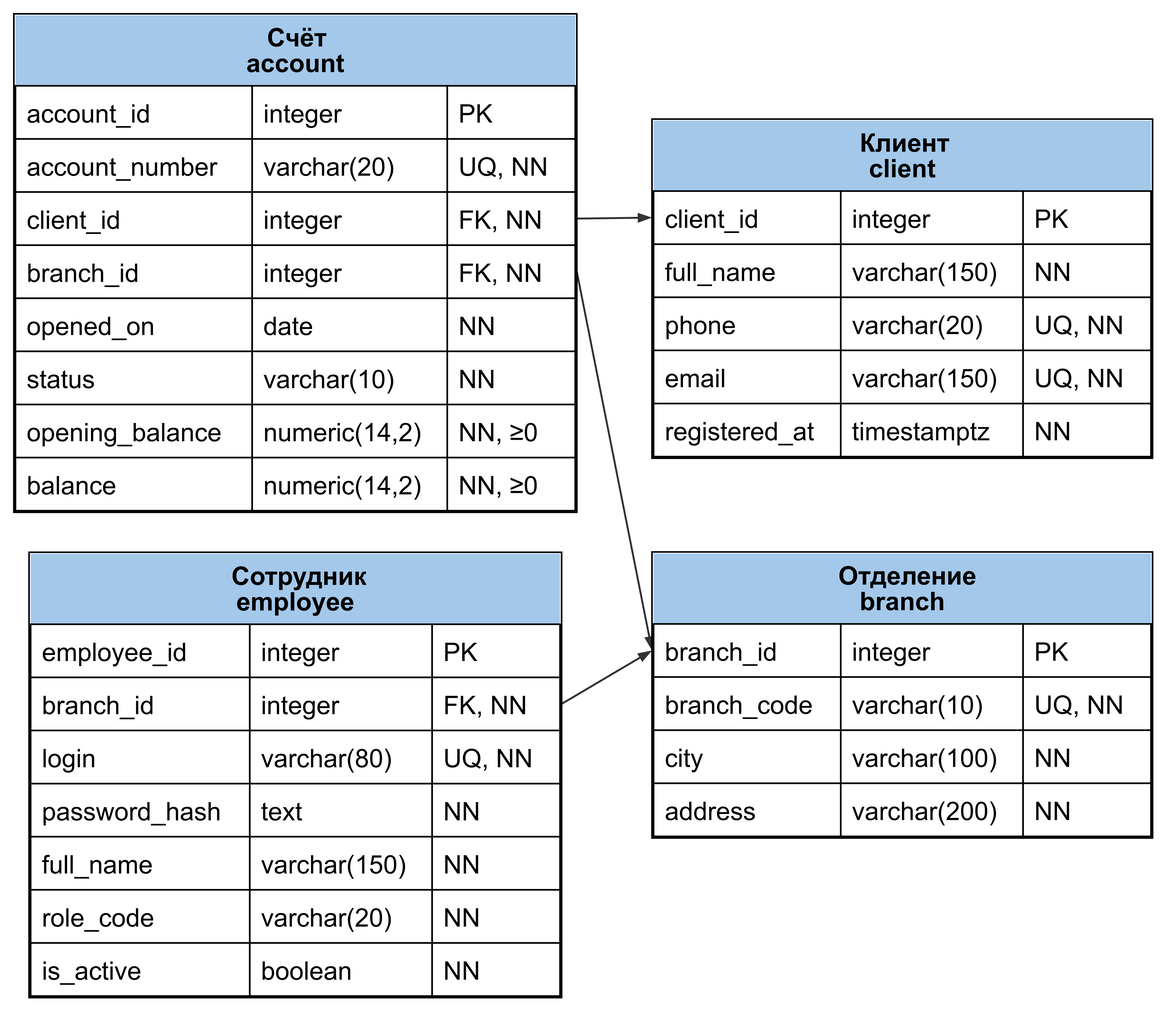
This is figures/A4_logical_people.png from qwertyvich/IT-project, a Graphviz export, as it was before one commit. Its source is kept beside it as figures/A4_logical_people.dot. Its diagram source:
```dot
digraph A4_logical_people {
graph [rankdir=LR, bgcolor="white", pad=.12, nodesep=.35, ranksep=.65, splines=polyline, outputorder=edgesfirst];
node [fontname="Arial", fontsize=16, margin=".12,.08", penwidth=1.3];
edge [fontname="Arial", fontsize=15, color="#333333", penwidth=1.2, arrowsize=.75];
branch [shape=plain,label=<<TABLE BORDER="1" CELLBORDER="0" CELLSPACING="0" CELLPADDING="6"><TR><TD BGCOLOR="#A4C8EA"><B>Отделение<BR/>branch</B></TD></TR><TR><TD PORT="branch_id" CELLPADDING="0"><TABLE BORDER="0" CELLBORDER="1" CELLSPACING="0" CELLPADDING="6"><TR><TD WIDTH="117" ALIGN="LEFT">branch_id</TD><TD WIDTH="114" ALIGN="LEFT">integer</TD><TD WIDTH="80" ALIGN="LEFT">PK</TD></TR></TABLE></TD></TR><TR><TD PORT="branch_code" CELLPADDING="0"><TABLE BORDER="0" CELLBORDER="1" CELLSPACING="0" CELLPADDING="6"><TR><TD WIDTH="117" ALIGN="LEFT">branch_code</TD><TD WIDTH="114" ALIGN="LEFT">varchar(10)</TD><TD WIDTH="80" ALIGN="LEFT">UQ, NN</TD></TR></TABLE></TD></TR><TR><TD PORT="city" CELLPADDING="0"><TABLE BORDER="0" CELLBORDER="1" CELLSPACING="0" CELLPADDING="6"><TR><TD WIDTH="117" ALIGN="LEFT">city</TD><TD WIDTH="114" ALIGN="LEFT">varchar(100)</TD><TD WIDTH="80" ALIGN="LEFT">NN</TD></TR></TABLE></TD></TR><TR><TD PORT="address" CELLPADDING="0"><TABLE BORDER="0" CELLBORDER="1" CELLSPACING="0" CELLPADDING="6"><TR><TD WIDTH="117" ALIGN="LEFT">address</TD><TD WIDTH="114" ALIGN="LEFT">varchar(200)</TD><TD WIDTH="80" ALIGN="LEFT">NN</TD></TR></TABLE></TD></TR></TABLE>>];
client [shape=plain,label=<<TABLE BORDER="1" CELLBORDER="0" CELLSPACING="0" CELLPADDING="6"><TR><TD BGCOLOR="#A4C8EA"><B>Клиент<BR/>client</B></TD></TR><TR><TD PORT="client_id" CELLPADDING="0"><TABLE BORDER="0" CELLBORDER="1" CELLSPACING="0" CELLPADDING="6"><TR><TD WIDTH="117" ALIGN="LEFT">client_id</TD><TD WIDTH="114" ALIGN="LEFT">integer</TD><TD WIDTH="80" ALIGN="LEFT">PK</TD></TR></TABLE></TD></TR><TR><TD PORT="full_name" CELLPADDING="0"><TABLE BORDER="0" CELLBORDER="1" CELLSPACING="0" CELLPADDING="6"><TR><TD WIDTH="117" ALIGN="LEFT">full_name</TD><TD WIDTH="114" ALIGN="LEFT">varchar(150)</TD><TD WIDTH="80" ALIGN="LEFT">NN</TD></TR></TABLE></TD></TR><TR><TD PORT="phone" CELLPADDING="0"><TABLE BORDER="0" CELLBORDER="1" CELLSPACING="0" CELLPADDING="6"><TR><TD WIDTH="117" ALIGN="LEFT">phone</TD><TD WIDTH="114" ALIGN="LEFT">varchar(20)</TD><TD WIDTH="80" ALIGN="LEFT">UQ, NN</TD></TR></TABLE></TD></TR><TR><TD PORT="email" CELLPADDING="0"><TABLE BORDER="0" CELLBORDER="1" CELLSPACING="0" CELLPADDING="6"><TR><TD WIDTH="117" ALIGN="LEFT">email</TD><TD WIDTH="114" ALIGN="LEFT">varchar(150)</TD><TD WIDTH="80" ALIGN="LEFT">UQ, NN</TD></TR></TABLE></TD></TR><TR><TD PORT="registered_at" CELLPADDING="0"><TABLE BORDER="0" CELLBORDER="1" CELLSPACING="0" CELLPADDING="6"><TR><TD WIDTH="117" ALIGN="LEFT">registered_at</TD><TD WIDTH="114" ALIGN="LEFT">timestamptz</TD><TD WIDTH="80" ALIGN="LEFT">NN</TD></TR></TABLE></TD></TR></TABLE>>];
account [shape=plain,label=<<TABLE BORDER="1" CELLBORDER="0" CELLSPACING="0" CELLPADDING="6"><TR><TD BGCOLOR="#A4C8EA"><B>Счёт<BR/>account</B></TD></TR><TR><TD PORT="account_id" CELLPADDING="0"><TABLE BORDER="0" CELLBORDER="1" CELLSPACING="0" CELLPADDING="6"><TR><TD WIDTH="148" ALIGN="LEFT">account_id</TD><TD WIDTH="122" ALIGN="LEFT">integer</TD><TD WIDTH="80" ALIGN="LEFT">PK</TD></TR></TABLE></TD></TR><TR><TD PORT="account_number" CELLPADDING="0"><TABLE BORDER="0" CELLBORDER="1" CELLSPACING="0" CELLPADDING="6"><TR><TD WIDTH="148" ALIGN="LEFT">account_number</TD><TD WIDTH="122" ALIGN="LEFT">varchar(20)</TD><TD WIDTH="80" ALIGN="LEFT">UQ, NN</TD></TR></TABLE></TD></TR><TR><TD PORT="client_id" CELLPADDING="0"><TABLE BORDER="0" CELLBORDER="1" CELLSPACING="0" CELLPADDING="6"><TR><TD WIDTH="148" ALIGN="LEFT">client_id</TD><TD WIDTH="122" ALIGN="LEFT">integer</TD><TD WIDTH="80" ALIGN="LEFT">FK, NN</TD></TR></TABLE></TD></TR><TR><TD PORT="branch_id" CELLPADDING="0"><TABLE BORDER="0" CELLBORDER="1" CELLSPACING="0" CELLPADDING="6"><TR><TD WIDTH="148" ALIGN="LEFT">branch_id</TD><TD WIDTH="122" ALIGN="LEFT">integer</TD><TD WIDTH="80" ALIGN="LEFT">FK, NN</TD></TR></TABLE></TD></TR><TR><TD PORT="opened_on" CELLPADDING="0"><TABLE BORDER="0" CELLBORDER="1" CELLSPACING="0" CELLPADDING="6"><TR><TD WIDTH="148" ALIGN="LEFT">opened_on</TD><TD WIDTH="122" ALIGN="LEFT">date</TD><TD WIDTH="80" ALIGN="LEFT">NN</TD></TR></TABLE></TD></TR><TR><TD PORT="status" CELLPADDING="0"><TABLE BORDER="0" CELLBORDER="1" CELLSPACING="0" CELLPADDING="6"><TR><TD WIDTH="148" ALIGN="LEFT">status</TD><TD WIDTH="122" ALIGN="LEFT">varchar(10)</TD><TD WIDTH="80" ALIGN="LEFT">NN</TD></TR></TABLE></TD></TR><TR><TD PORT="opening_balance" CELLPADDING="0"><TABLE BORDER="0" CELLBORDER="1" CELLSPACING="0" CELLPADDING="6"><TR><TD WIDTH="148" ALIGN="LEFT">opening_balance</TD><TD WIDTH="122" ALIGN="LEFT">numeric(14,2)</TD><TD WIDTH="80" ALIGN="LEFT">NN, ≥0</TD></TR></TABLE></TD></TR><TR><TD PORT="balance" CELLPADDING="0"><TABLE BORDER="0" CELLBORDER="1" CELLSPACING="0" CELLPADDING="6"><TR><TD WIDTH="148" ALIGN="LEFT">balance</TD><TD WIDTH="122" ALIGN="LEFT">numeric(14,2)</TD><TD WIDTH="80" ALIGN="LEFT">NN, ≥0</TD></TR></TABLE></TD></TR></TABLE>>];
employee [shape=plain,label=<<TABLE BORDER="1" CELLBORDER="0" CELLSPACING="0" CELLPADDING="6"><TR><TD BGCOLOR="#A4C8EA"><B>Сотрудник<BR/>employee</B></TD></TR><TR><TD PORT="employee_id" CELLPADDING="0"><TABLE BORDER="0" CELLBORDER="1" CELLSPACING="0" CELLPADDING="6"><TR><TD WIDTH="137" ALIGN="LEFT">employee_id</TD><TD WIDTH="114" ALIGN="LEFT">integer</TD><TD WIDTH="80" ALIGN="LEFT">PK</TD></TR></TABLE></TD></TR><TR><TD PORT="branch_id" CELLPADDING="0"><TABLE BORDER="0" CELLBORDER="1" CELLSPACING="0" CELLPADDING="6"><TR><TD WIDTH="137" ALIGN="LEFT">branch_id</TD><TD WIDTH="114" ALIGN="LEFT">integer</TD><TD WIDTH="80" ALIGN="LEFT">FK, NN</TD></TR></TABLE></TD></TR><TR><TD PORT="login" CELLPADDING="0"><TABLE BORDER="0" CELLBORDER="1" CELLSPACING="0" CELLPADDING="6"><TR><TD WIDTH="137" ALIGN="LEFT">login</TD><TD WIDTH="114" ALIGN="LEFT">varchar(80)</TD><TD WIDTH="80" ALIGN="LEFT">UQ, NN</TD></TR></TABLE></TD></TR><TR><TD PORT="password_hash" CELLPADDING="0"><TABLE BORDER="0" CELLBORDER="1" CELLSPACING="0" CELLPADDING="6"><TR><TD WIDTH="137" ALIGN="LEFT">password_hash</TD><TD WIDTH="114" ALIGN="LEFT">text</TD><TD WIDTH="80" ALIGN="LEFT">NN</TD></TR></TABLE></TD></TR><TR><TD PORT="full_name" CELLPADDING="0"><TABLE BORDER="0" CELLBORDER="1" CELLSPACING="0" CELLPADDING="6"><TR><TD WIDTH="137" ALIGN="LEFT">full_name</TD><TD WIDTH="114" ALIGN="LEFT">varchar(150)</TD><TD WIDTH="80" ALIGN="LEFT">NN</TD></TR></TABLE></TD></TR><TR><TD PORT="role_code" CELLPADDING="0"><TABLE BORDER="0" CELLBORDER="1" CELLSPACING="0" CELLPADDING="6"><TR><TD WIDTH="137" ALIGN="LEFT">role_code</TD><TD WIDTH="114" ALIGN="LEFT">varchar(20)</TD><TD WIDTH="80" ALIGN="LEFT">NN</TD></TR></TABLE></TD></TR><TR><TD PORT="is_active" CELLPADDING="0"><TABLE BORDER="0" CELLBORDER="1" CELLSPACING="0" CELLPADDING="6"><TR><TD WIDTH="137" ALIGN="LEFT">is_active</TD><TD WIDTH="114" ALIGN="LEFT">boolean</TD><TD WIDTH="80" ALIGN="LEFT">NN</TD></TR></TABLE></TD></TR></TABLE>>];
account:client_id -> client:client_id [label="", arrowhead="normal", arrowsize=".65"];
account:branch_id -> branch:branch_id [label="", arrowhead="normal", arrowsize=".65"];
employee:branch_id -> branch:branch_id [label="", arrowhead="normal", arrowsize=".65"];
}
```
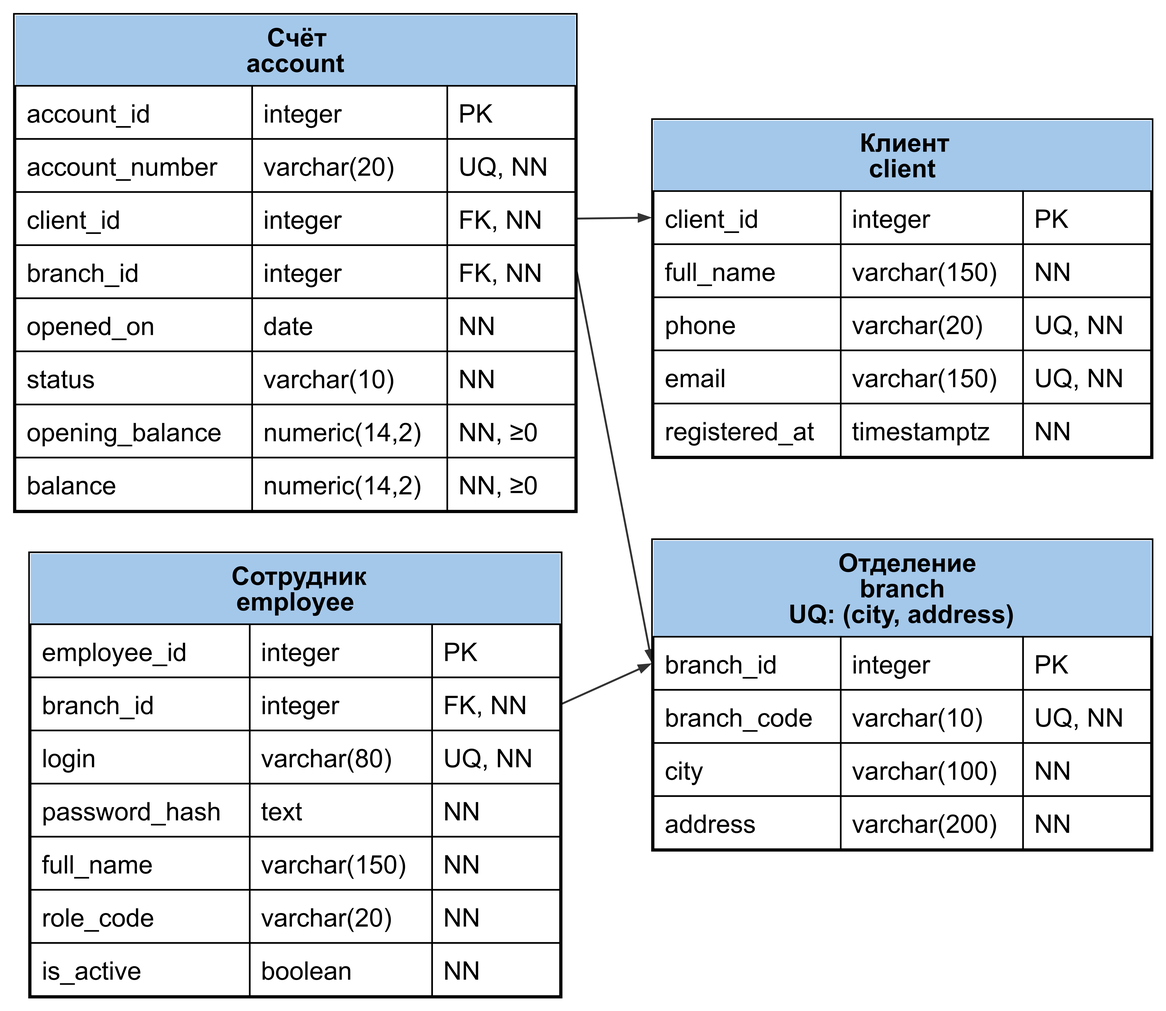
Later version of the same file.

What changed in the source:
```diff
@@ -2,7 +2,7 @@
 graph [rankdir=LR, bgcolor="white", pad=.12, nodesep=.35, ranksep=.65, splines=polyline, outputorder=edgesfirst];
 node [fontname="Arial", fontsize=16, margin=".12,.08", penwidth=1.3];
 edge [fontname="Arial", fontsize=15, color="#333333", penwidth=1.2, arrowsize=.75];
-branch [shape=plain,label=<<TABLE BORDER="1" CELLBORDER="0" CELLSPACING="0" CELLPADDING="6"><TR><TD BGCOLOR="#A4C8EA"><B>Отделение<BR/>branch</B></TD></TR><TR><TD PORT="branch_id" CELLPADDING="0"><TABLE BORDER="0" CELLBORDER="1" CELLSPACING="0" CELLPADDING="6"><TR><TD WIDTH="117" ALIGN="LEFT">branch_id</TD><TD WIDTH="114" ALIGN="LEFT">integer</TD><TD WIDTH="80" ALIGN="LEFT">PK</TD></TR></TABLE></TD></TR><TR><TD PORT="branch_code" CELLPADDING="0"><TABLE BORDER="0" CELLBORDER="1" CELLSPACING="0" CELLPADDING="6"><TR><TD WIDTH="117" ALIGN="LEFT">branch_code</TD><TD WIDTH="114" ALIGN="LEFT">varchar(10)</TD><TD WIDTH="80" ALIGN="LEFT">UQ, NN</TD></TR></TABLE></TD></TR><TR><TD PORT="city" CELLPADDING="0"><TABLE BORDER="0" CELLBORDER="1" CELLSPACING="0" CELLPADDING="6"><TR><TD WIDTH="117" ALIGN="LEFT">city</TD><TD WIDTH="114" ALIGN="LEFT">varchar(100)</TD><TD WIDTH="80" ALIGN="LEFT">NN</TD></TR></TABLE></TD></TR><TR><TD PORT="address" CELLPADDING="0"><TABLE BORDER="0" CELLBORDER="1" CELLSPACING="0" CELLPADDING="6"><TR><TD WIDTH="117" ALIGN="LEFT">address</TD><TD WIDTH="114" ALIGN="LEFT">varchar(200)</TD><TD WIDTH="80" ALIGN="LEFT">NN</TD></TR></TABLE></TD></TR></TABLE>>];
+branch [shape=plain,label=<<TABLE BORDER="1" CELLBORDER="0" CELLSPACING="0" CELLPADDING="6"><TR><TD BGCOLOR="#A4C8EA"><B>Отделение<BR/>branch<BR/>UQ: (city, address)</B></TD></TR><TR><TD PORT="branch_id" CELLPADDING="0"><TABLE BORDER="0" CELLBORDER="1" CELLSPACING="0" CELLPADDING="6"><TR><TD WIDTH="117" ALIGN="LEFT">branch_id</TD><TD WIDTH="114" ALIGN="LEFT">integer</TD><TD WIDTH="80" ALIGN="LEFT">PK</TD></TR></TABLE></TD></TR><TR><TD PORT="branch_code" CELLPADDING="0"><TABLE BORDER="0" CELLBORDER="1" CELLSPACING="0" CELLPADDING="6"><TR><TD WIDTH="117" ALIGN="LEFT">branch_code</TD><TD WIDTH="114" ALIGN="LEFT">varchar(10)</TD><TD WIDTH="80" ALIGN="LEFT">UQ, NN</TD></TR></TABLE></TD></TR><TR><TD PORT="city" CELLPADDING="0"><TABLE BORDER="0" CELLBORDER="1" CELLSPACING="0" CELLPADDING="6"><TR><TD WIDTH="117" ALIGN="LEFT">city</TD><TD WIDTH="114" ALIGN="LEFT">varchar(100)</TD><TD WIDTH="80" ALIGN="LEFT">NN</TD></TR></TABLE></TD></TR><TR><TD PORT="address" CELLPADDING="0"><TABLE BORDER="0" CELLBORDER="1" CELLSPACING="0" CELLPADDING="6"><TR><TD WIDTH="117" ALIGN="LEFT">address</TD><TD WIDTH="114" ALIGN="LEFT">varchar(200)</TD><TD WIDTH="80" ALIGN="LEFT">NN</TD></TR></TABLE></TD></TR></TABLE>>];
 client [shape=plain,label=<<TABLE BORDER="1" CELLBORDER="0" CELLSPACING="0" CELLPADDING="6"><TR><TD BGCOLOR="#A4C8EA"><B>Клиент<BR/>client</B></TD></TR><TR><TD PORT="client_id" CELLPADDING="0"><TABLE BORDER="0" CELLBORDER="1" CELLSPACING="0" CELLPADDING="6"><TR><TD WIDTH="117" ALIGN="LEFT">client_id</TD><TD WIDTH="114" ALIGN="LEFT">integer</TD><TD WIDTH="80" ALIGN="LEFT">PK</TD></TR></TABLE></TD></TR><TR><TD PORT="full_name" CELLPADDING="0"><TABLE BORDER="0" CELLBORDER="1" CELLSPACING="0" CELLPADDING="6"><TR><TD WIDTH="117" ALIGN="LEFT">full_name</TD><TD WIDTH="114" ALIGN="LEFT">varchar(150)</TD><TD WIDTH="80" ALIGN="LEFT">NN</TD></TR></TABLE></TD></TR><TR><TD PORT="phone" CELLPADDING="0"><TABLE BORDER="0" CELLBORDER="1" CELLSPACING="0" CELLPADDING="6"><TR><TD WIDTH="117" ALIGN="LEFT">phone</TD><TD WIDTH="114" ALIGN="LEFT">varchar(20)</TD><TD WIDTH="80" ALIGN="LEFT">UQ, NN</TD></TR></TABLE></TD></TR><TR><TD PORT="email" CELLPADDING="0"><TABLE BORDER="0" CELLBORDER="1" CELLSPACING="0" CELLPADDING="6"><TR><TD WIDTH="117" ALIGN="LEFT">email</TD><TD WIDTH="114" ALIGN="LEFT">varchar(150)</TD><TD WIDTH="80" ALIGN="LEFT">UQ, NN</TD></TR></TABLE></TD></TR><TR><TD PORT="registered_at" CELLPADDING="0"><TABLE BORDER="0" CELLBORDER="1" CELLSPACING="0" CELLPADDING="6"><TR><TD WIDTH="117" ALIGN="LEFT">registered_at</TD><TD WIDTH="114" ALIGN="LEFT">timestamptz</TD><TD WIDTH="80" ALIGN="LEFT">NN</TD></TR></TABLE></TD></TR></TABLE>>];
 account [shape=plain,label=<<TABLE BORDER="1" CELLBORDER="0" CELLSPACING="0" CELLPADDING="6"><TR><TD BGCOLOR="#A4C8EA"><B>Счёт<BR/>account</B></TD></TR><TR><TD PORT="account_id" CELLPADDING="0"><TABLE BORDER="0" CELLBORDER="1" CELLSPACING="0" CELLPADDING="6"><TR><TD WIDTH="148" ALIGN="LEFT">account_id</TD><TD WIDTH="122" ALIGN="LEFT">integer</TD><TD WIDTH="80" ALIGN="LEFT">PK</TD></TR></TABLE></TD></TR><TR><TD PORT="account_number" CELLPADDING="0"><TABLE BORDER="0" CELLBORDER="1" CELLSPACING="0" CELLPADDING="6"><TR><TD WIDTH="148" ALIGN="LEFT">account_number</TD><TD WIDTH="122" ALIGN="LEFT">varchar(20)</TD><TD WIDTH="80" ALIGN="LEFT">UQ, NN</TD></TR></TABLE></TD></TR><TR><TD PORT="client_id" CELLPADDING="0"><TABLE BORDER="0" CELLBORDER="1" CELLSPACING="0" CELLPADDING="6"><TR><TD WIDTH="148" ALIGN="LEFT">client_id</TD><TD WIDTH="122" ALIGN="LEFT">integer</TD><TD WIDTH="80" ALIGN="LEFT">FK, NN</TD></TR></TABLE></TD></TR><TR><TD PORT="branch_id" CELLPADDING="0"><TABLE BORDER="0" CELLBORDER="1" CELLSPACING="0" CELLPADDING="6"><TR><TD WIDTH="148" ALIGN="LEFT">branch_id</TD><TD WIDTH="122" ALIGN="LEFT">integer</TD><TD WIDTH="80" ALIGN="LEFT">FK, NN</TD></TR></TABLE></TD></TR><TR><TD PORT="opened_on" CELLPADDING="0"><TABLE BORDER="0" CELLBORDER="1" CELLSPACING="0" CELLPADDING="6"><TR><TD WIDTH="148" ALIGN="LEFT">opened_on</TD><TD WIDTH="122" ALIGN="LEFT">date</TD><TD WIDTH="80" ALIGN="LEFT">NN</TD></TR></TABLE></TD></TR><TR><TD PORT="status" CELLPADDING="0"><TABLE BORDER="0" CELLBORDER="1" CELLSPACING="0" CELLPADDING="6"><TR><TD WIDTH="148" ALIGN="LEFT">status</TD><TD WIDTH="122" ALIGN="LEFT">varchar(10)</TD><TD WIDTH="80" ALIGN="LEFT">NN</TD></TR></TABLE></TD></TR><TR><TD PORT="opening_balance" CELLPADDING="0"><TABLE BORDER="0" CELLBORDER="1" CELLSPACING="0" CELLPADDING="6"><TR><TD WIDTH="148" ALIGN="LEFT">opening_balance</TD><TD WIDTH="122" ALIGN="LEFT">numeric(14,2)</TD><TD WIDTH="80" ALIGN="LEFT">NN, ≥0</TD></TR></TABLE></TD></TR><TR><TD PORT="balance" CELLPADDING="0"><TABLE BORDER="0" CELLBORDER="1" CELLSPACING="0" CELLPADDING="6"><TR><TD WIDTH="148" ALIGN="LEFT">balance</TD><TD WIDTH="122" ALIGN="LEFT">numeric(14,2)</TD><TD WIDTH="80" ALIGN="LEFT">NN, ≥0</TD></TR></TABLE></TD></TR></TABLE>>];
 employee [shape=plain,label=<<TABLE BORDER="1" CELLBORDER="0" CELLSPACING="0" CELLPADDING="6"><TR><TD BGCOLOR="#A4C8EA"><B>Сотрудник<BR/>employee</B></TD></TR><TR><TD PORT="employee_id" CELLPADDING="0"><TABLE BORDER="0" CELLBORDER="1" CELLSPACING="0" CELLPADDING="6"><TR><TD WIDTH="137" ALIGN="LEFT">employee_id</TD><TD WIDTH="114" ALIGN="LEFT">integer</TD><TD WIDTH="80" ALIGN="LEFT">PK</TD></TR></TABLE></TD></TR><TR><TD PORT="branch_id" CELLPADDING="0"><TABLE BORDER="0" CELLBORDER="1" CELLSPACING="0" CELLPADDING="6"><TR><TD WIDTH="137" ALIGN="LEFT">branch_id</TD><TD WIDTH="114" ALIGN="LEFT">integer</TD><TD WIDTH="80" ALIGN="LEFT">FK, NN</TD></TR></TABLE></TD></TR><TR><TD PORT="login" CELLPADDING="0"><TABLE BORDER="0" CELLBORDER="1" CELLSPACING="0" CELLPADDING="6"><TR><TD WIDTH="137" ALIGN="LEFT">login</TD><TD WIDTH="114" ALIGN="LEFT">varchar(80)</TD><TD WIDTH="80" ALIGN="LEFT">UQ, NN</TD></TR></TABLE></TD></TR><TR><TD PORT="password_hash" CELLPADDING="0"><TABLE BORDER="0" CELLBORDER="1" CELLSPACING="0" CELLPADDING="6"><TR><TD WIDTH="137" ALIGN="LEFT">password_hash</TD><TD WIDTH="114" ALIGN="LEFT">text</TD><TD WIDTH="80" ALIGN="LEFT">NN</TD></TR></TABLE></TD></TR><TR><TD PORT="full_name" CELLPADDING="0"><TABLE BORDER="0" CELLBORDER="1" CELLSPACING="0" CELLPADDING="6"><TR><TD WIDTH="137" ALIGN="LEFT">full_name</TD><TD WIDTH="114" ALIGN="LEFT">varchar(150)</TD><TD WIDTH="80" ALIGN="LEFT">NN</TD></TR></TABLE></TD></TR><TR><TD PORT="role_code" CELLPADDING="0"><TABLE BORDER="0" CELLBORDER="1" CELLSPACING="0" CELLPADDING="6"><TR><TD WIDTH="137" ALIGN="LEFT">role_code</TD><TD WIDTH="114" ALIGN="LEFT">varchar(20)</TD><TD WIDTH="80" ALIGN="LEFT">NN</TD></TR></TABLE></TD></TR><TR><TD PORT="is_active" CELLPADDING="0"><TABLE BORDER="0" CELLBORDER="1" CELLSPACING="0" CELLPADDING="6"><TR><TD WIDTH="137" ALIGN="LEFT">is_active</TD><TD WIDTH="114" ALIGN="LEFT">boolean</TD><TD WIDTH="80" ALIGN="LEFT">NN</TD></TR></TABLE></TD></TR></TABLE>>];
```
